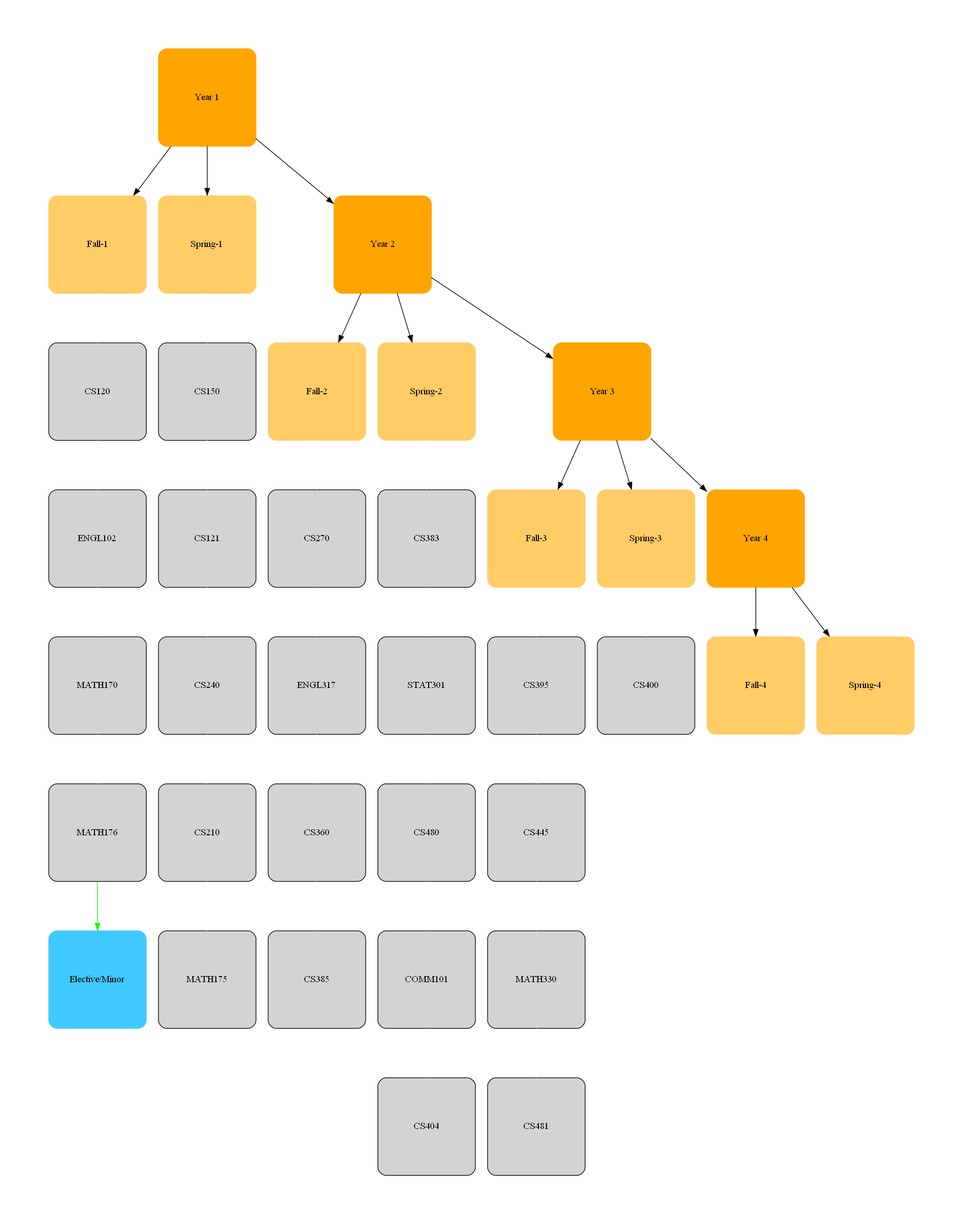
Above: ProvisoLaravel/public/images/recommendationsgraph.png in badgerlaxman/ProViso2023 (Graphviz), before the change. Its source is kept beside it as ProvisoLaravel/public/dotfiles/recommendationsgraph.dot. Its diagram source:
```dot
digraph {
  graph [bgcolor="transparent" rankdir="TB" pad=1 compound="true" forcelabels="true"]
  node [shape="square" style="rounded,filled" width=2 fixedsize="shape"]
  edge [minlen=2]
  "Year 1" [color="orange"]
  "Fall-1" [color="#FFCC66"]
  "Spring-1" [color="#FFCC66"]
  "Year 2" [color="orange"]
  "Fall-2" [color="#FFCC66"]
  "Spring-2" [color="#FFCC66"]
  "Year 3" [color="orange"]
  "Fall-3" [color="#FFCC66"]
  "Spring-3" [color="#FFCC66"]
  "Year 4" [color="orange"]
  "Fall-4" [color="#FFCC66"]
  "Spring-4" [color="#FFCC66"]
  "Elective/Minor" [color="#40c9ff"]
  "Year 1" -> "Fall-1"
  "Year 1" -> "Spring-1"
  "Year 1" -> "Year 2"
  "Year 2" -> "Fall-2"
  "Year 2" -> "Spring-2"
  "Year 2" -> "Year 3"
  "Year 3" -> "Fall-3"
  "Year 3" -> "Spring-3"
  "Year 3" -> "Year 4"
  "Year 4" -> "Fall-4"
  "Year 4" -> "Spring-4"
  "Fall-1" -> "CS120" [color="white"]
  "CS120" -> "ENGL102" [color="white"]
  "ENGL102" -> "MATH170" [color="white"]
  "MATH170" -> "MATH176" [color="white"]
  "Spring-1" -> "CS150" [color="white"]
  "CS150" -> "CS121" [color="white"]
  "CS121" -> "CS240" [color="white"]
  "CS240" -> "CS210" [color="white"]
  "CS210" -> "MATH175" [color="white"]
  "MATH176" -> "Elective/Minor" [color="green"]
  "Fall-2" -> "CS270" [color="white"]
  "CS270" -> "ENGL317" [color="white"]
  "ENGL317" -> "CS360" [color="white"]
  "CS360" -> "CS385" [color="white"]
  "Spring-2" -> "CS383" [color="white"]
  "CS383" -> "STAT301" [color="white"]
  "STAT301" -> "CS480" [color="white"]
  "CS480" -> "COMM101" [color="white"]
  "COMM101" -> "CS404" [color="white"]
  "Fall-3" -> "CS395" [color="white"]
  "CS395" -> "CS445" [color="white"]
  "CS445" -> "MATH330" [color="white"]
  "MATH330" -> "CS481" [color="white"]
  "Spring-3" -> "CS400" [color="white"]
}
```
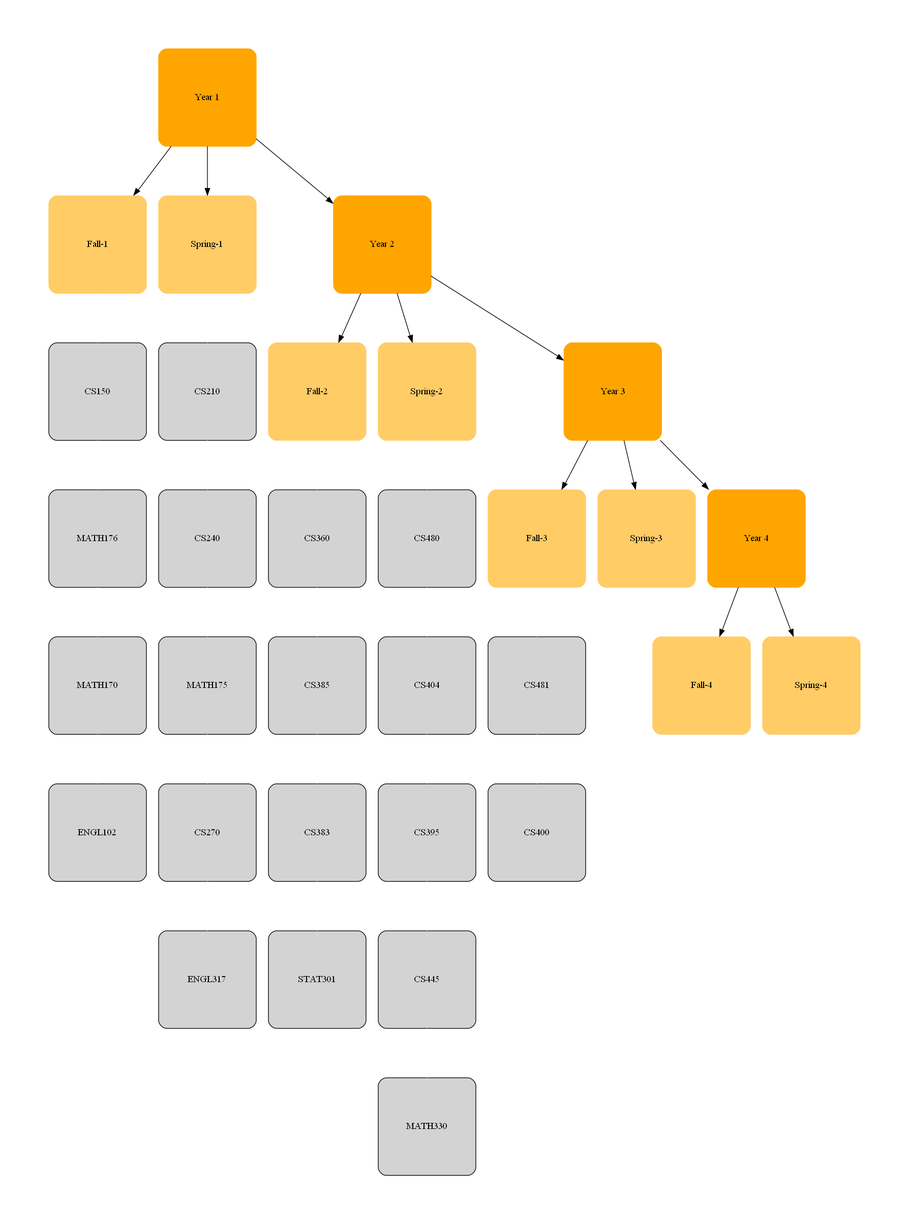
The same diagram one commit later.

Change to the diagram source:
```diff
@@ -14,7 +14,6 @@
   "Year 4" [color="orange"]
   "Fall-4" [color="#FFCC66"]
   "Spring-4" [color="#FFCC66"]
-  "Elective/Minor" [color="#40c9ff"]
   "Year 1" -> "Fall-1"
   "Year 1" -> "Spring-1"
   "Year 1" -> "Year 2"
@@ -26,28 +25,24 @@
   "Year 3" -> "Year 4"
   "Year 4" -> "Fall-4"
   "Year 4" -> "Spring-4"
-  "Fall-1" -> "CS120" [color="white"]
-  "CS120" -> "ENGL102" [color="white"]
-  "ENGL102" -> "MATH170" [color="white"]
-  "MATH170" -> "MATH176" [color="white"]
-  "Spring-1" -> "CS150" [color="white"]
-  "CS150" -> "CS121" [color="white"]
-  "CS121" -> "CS240" [color="white"]
-  "CS240" -> "CS210" [color="white"]
-  "CS210" -> "MATH175" [color="white"]
-  "MATH176" -> "Elective/Minor" [color="green"]
-  "Fall-2" -> "CS270" [color="white"]
+  "Fall-1" -> "CS150" [color="white"]
+  "CS150" -> "MATH176" [color="white"]
+  "MATH176" -> "MATH170" [color="white"]
+  "MATH170" -> "ENGL102" [color="white"]
+  "Spring-1" -> "CS210" [color="white"]
+  "CS210" -> "CS240" [color="white"]
+  "CS240" -> "MATH175" [color="white"]
+  "MATH175" -> "CS270" [color="white"]
   "CS270" -> "ENGL317" [color="white"]
-  "ENGL317" -> "CS360" [color="white"]
+  "Fall-2" -> "CS360" [color="white"]
   "CS360" -> "CS385" [color="white"]
-  "Spring-2" -> "CS383" [color="white"]
+  "CS385" -> "CS383" [color="white"]
   "CS383" -> "STAT301" [color="white"]
-  "STAT301" -> "CS480" [color="white"]
-  "CS480" -> "COMM101" [color="white"]
-  "COMM101" -> "CS404" [color="white"]
-  "Fall-3" -> "CS395" [color="white"]
+  "Spring-2" -> "CS480" [color="white"]
+  "CS480" -> "CS404" [color="white"]
+  "CS404" -> "CS395" [color="white"]
   "CS395" -> "CS445" [color="white"]
   "CS445" -> "MATH330" [color="white"]
-  "MATH330" -> "CS481" [color="white"]
-  "Spring-3" -> "CS400" [color="white"]
+  "Fall-3" -> "CS481" [color="white"]
+  "CS481" -> "CS400" [color="white"]
 }
```
